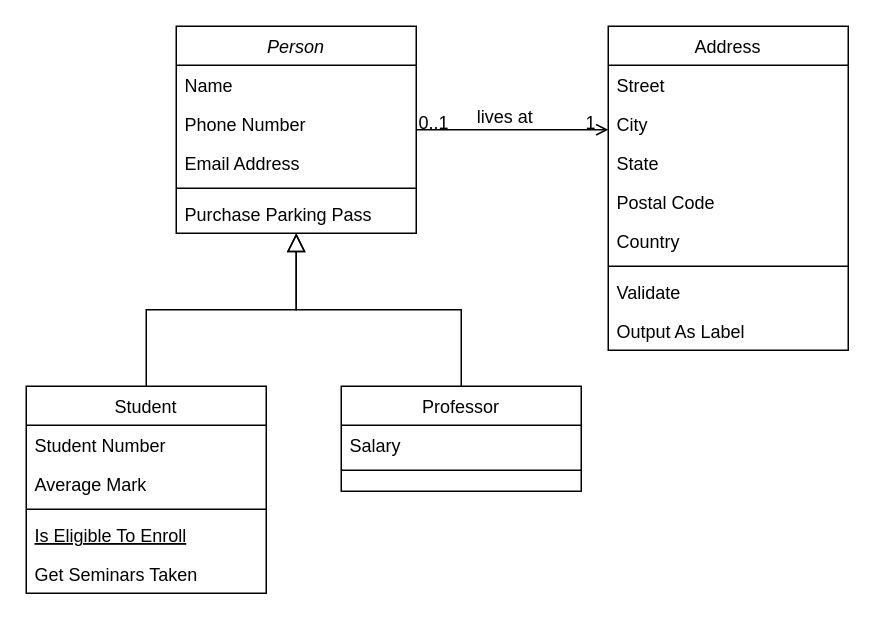
The draw.io diagram 제목 없는 다이어그램.drawio in hyeonzx/Explanation_Calculator, before the edit. Source tidied: cells renumbered, new cells numbered last; positions are measured from the earlier drawing's top-left corner, leaving out a move shared by most shapes. Both pictures are drawn from the tidied source at 150%, with x=0, y=0 at pixel (26, 26).
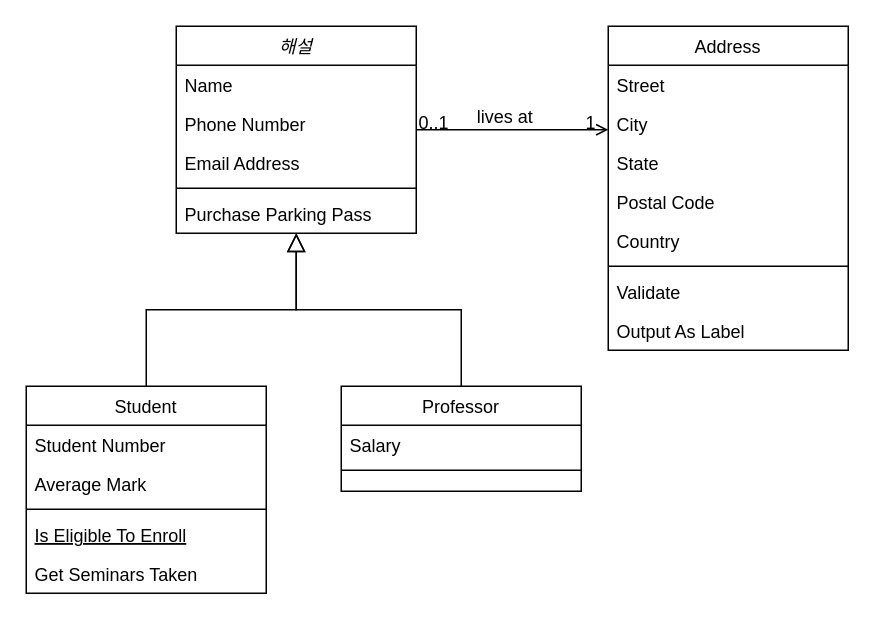
Above is the later version.

Commit message:
해설계산기.drawio

The edit, as a diff of the source:
```diff
@@
-    <mxCell id="2" value="Person" style="swimlane;fontStyle=2;align=center;verticalAlign=top;horizontal=1;startSize=26;rounded=0;shadow=0;strokeWidth=1;" parent="1" vertex="1">
+    <mxCell id="2" value="해설&#10;" style="swimlane;fontStyle=2;align=center;verticalAlign=top;horizontal=1;startSize=26;rounded=0;shadow=0;strokeWidth=1;" parent="1" vertex="1">
       <mxGeometry x="100" width="160" height="138" as="geometry" />
     </mxCell>
```
